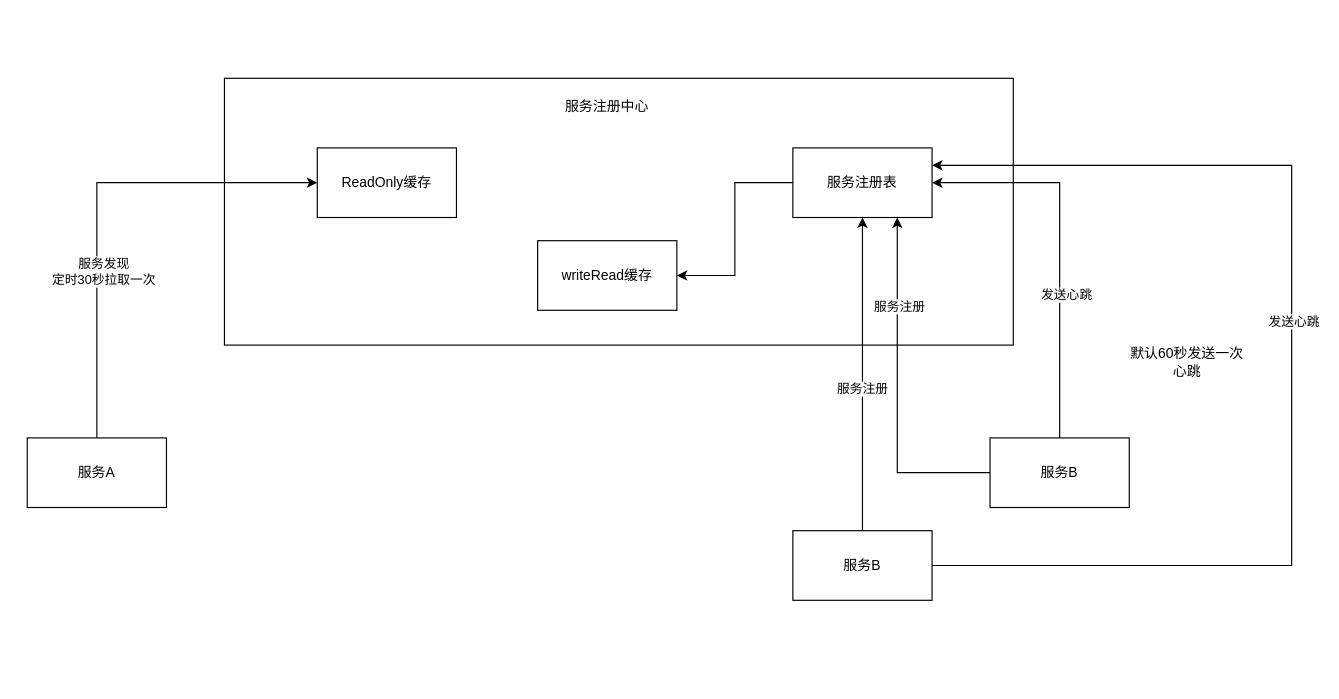
Before: eureka运行流程图.drawio in dabengxiang/diagrams, a draw.io diagram. Source tidied: cells renumbered, new cells numbered last; positions are measured from the earlier drawing's top-left corner, leaving out a move shared by most shapes. Both pictures are drawn from the tidied source at 116%, with x=0, y=0 at pixel (27, 78).
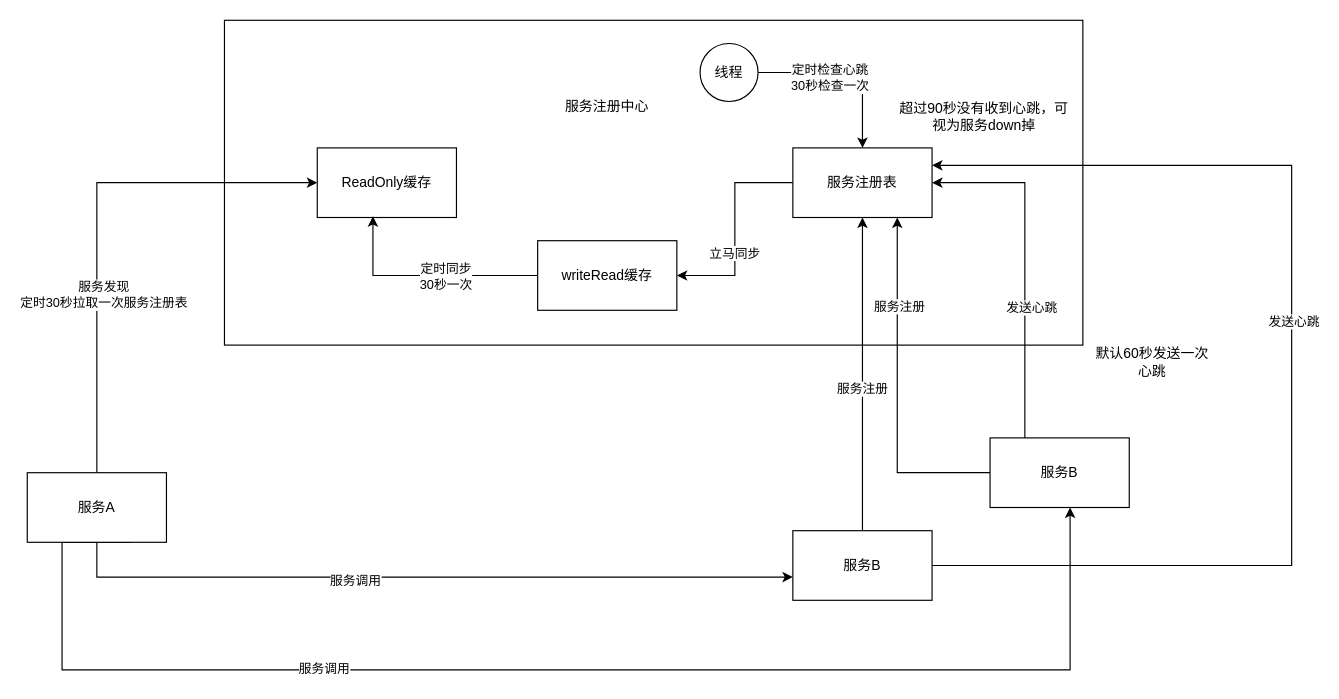
The same page after the edit.

Commit message (it also covers changes not shown here):
更新eureka运行流程图.drawio

Unchanged cells that the change refers to:
```xml
<mxCell id="3" style="edgeStyle=orthogonalEdgeStyle;rounded=0;jettySize=auto;html=1;entryX=1;entryY=0.5;entryDx=0;entryDy=0;" parent="1" edge="1" source="4" target="7">
  <mxGeometry relative="1" as="geometry" />
</mxCell>
<mxCell id="4" value="服务注册表" style="rounded=0;whiteSpace=wrap;html=1;" parent="1" vertex="1">
  <mxGeometry x="660" y="60" width="120" height="60" as="geometry" />
</mxCell>
<mxCell id="6" value="ReadOnly缓存" style="rounded=0;whiteSpace=wrap;html=1;" parent="1" vertex="1">
  <mxGeometry x="250" y="60" width="120" height="60" as="geometry" />
</mxCell>
<mxCell id="7" value="writeRead缓存" style="rounded=0;whiteSpace=wrap;html=1;" parent="1" vertex="1">
  <mxGeometry x="440" y="140" width="120" height="60" as="geometry" />
</mxCell>
<mxCell id="8" style="edgeStyle=orthogonalEdgeStyle;rounded=0;jettySize=auto;html=1;exitX=0.5;exitY=0;exitDx=0;exitDy=0;entryX=0;entryY=0.5;entryDx=0;entryDy=0;" parent="1" edge="1" source="10" target="6">
  <mxGeometry relative="1" as="geometry" />
</mxCell>
<mxCell id="15" value="服务B" style="rounded=0;whiteSpace=wrap;html=1;" parent="1" vertex="1">
  <mxGeometry x="830" y="310" width="120" height="60" as="geometry" />
</mxCell>
<mxCell id="20" value="服务B" style="rounded=0;whiteSpace=wrap;html=1;" parent="1" vertex="1">
  <mxGeometry x="660" y="390" width="120" height="60" as="geometry" />
</mxCell>
```

Diff of the diagram source:
```diff
@@
     <mxCell id="2" style="rounded=0;whiteSpace=wrap;html=1;" parent="1" vertex="1">
-      <mxGeometry x="170" width="680" height="230" as="geometry" />
+      <mxGeometry x="170" y="-50" width="740" height="280" as="geometry" />
     </mxCell>
@@
+    <mxCell id="22" value="立马同步" style="edgeLabel;html=1;align=center;verticalAlign=middle;" parent="3" vertex="1">
+      <mxGeometry x="0.22" y="-1" relative="1" as="geometry" />
+    </mxCell>
@@
+    <mxCell id="23" style="edgeStyle=orthogonalEdgeStyle;rounded=0;jettySize=auto;html=1;exitX=0;exitY=0.5;exitDx=0;exitDy=0;entryX=0.4;entryY=0.983;entryDx=0;entryDy=0;entryPerimeter=0;" parent="1" edge="1" source="7" target="6">
+      <mxGeometry relative="1" as="geometry" />
+    </mxCell>
+    <mxCell id="24" value="定时同步&lt;br&gt;30秒一次" style="edgeLabel;html=1;align=center;verticalAlign=middle;" parent="23" vertex="1">
+      <mxGeometry x="0.22" y="-1" relative="1" as="geometry">
+        <mxPoint x="38" y="1" as="offset" />
+      </mxGeometry>
+    </mxCell>
@@
-    <mxCell id="9" value="服务发现&lt;br&gt;定时30秒拉取一次" style="edgeLabel;html=1;align=center;verticalAlign=middle;" parent="8" vertex="1">
+    <mxCell id="9" value="服务发现&lt;br&gt;定时30秒拉取一次服务注册表" style="edgeLabel;html=1;align=center;verticalAlign=middle;" parent="8" vertex="1">
       <mxGeometry x="-0.3" y="-5" relative="1" as="geometry" />
     </mxCell>
+    <mxCell id="25" style="edgeStyle=orthogonalEdgeStyle;rounded=0;jettySize=auto;html=1;" parent="1" edge="1" source="10" target="20">
+      <mxGeometry relative="1" as="geometry">
+        <Array as="points">
+          <mxPoint x="60" y="430" />
+        </Array>
+      </mxGeometry>
+    </mxCell>
+    <mxCell id="26" value="服务调用" style="edgeLabel;html=1;align=center;verticalAlign=middle;" parent="25" vertex="1">
+      <mxGeometry x="-0.2" y="-2" relative="1" as="geometry" />
+    </mxCell>
+    <mxCell id="27" style="edgeStyle=orthogonalEdgeStyle;rounded=0;jettySize=auto;html=1;exitX=0.75;exitY=1;exitDx=0;exitDy=0;entryX=0.575;entryY=1;entryDx=0;entryDy=0;entryPerimeter=0;" parent="1" edge="1" source="10" target="15">
+      <mxGeometry relative="1" as="geometry">
+        <Array as="points">
+          <mxPoint x="30" y="400" />
+          <mxPoint x="30" y="510" />
+          <mxPoint x="899" y="510" />
+        </Array>
+      </mxGeometry>
+    </mxCell>
+    <mxCell id="28" value="服务调用" style="edgeLabel;html=1;align=center;verticalAlign=middle;" parent="27" vertex="1">
+      <mxGeometry x="-0.33" y="2" relative="1" as="geometry" />
+    </mxCell>
     <mxCell id="10" value="服务A" style="rounded=0;whiteSpace=wrap;html=1;" parent="1" vertex="1">
-      <mxGeometry y="310" width="120" height="60" as="geometry" />
+      <mxGeometry y="340" width="120" height="60" as="geometry" />
     </mxCell>
@@
     <mxCell id="13" style="edgeStyle=orthogonalEdgeStyle;rounded=0;jettySize=auto;html=1;entryX=1;entryY=0.5;entryDx=0;entryDy=0;" parent="1" edge="1" source="15" target="4">
       <mxGeometry relative="1" as="geometry">
         <Array as="points">
-          <mxPoint x="890" y="90" />
+          <mxPoint x="860" y="90" />
         </Array>
       </mxGeometry>
     </mxCell>
@@
     <mxCell id="21" value="默认60秒发送一次&lt;br&gt;心跳" style="text;html=1;strokeColor=none;fillColor=none;align=center;verticalAlign=middle;whiteSpace=wrap;rounded=0;" parent="1" vertex="1">
-      <mxGeometry x="940" y="220" width="120" height="50" as="geometry" />
+      <mxGeometry x="910" y="220" width="120" height="50" as="geometry" />
     </mxCell>
+    <mxCell id="29" style="edgeStyle=orthogonalEdgeStyle;rounded=0;jettySize=auto;html=1;" parent="1" edge="1" source="31" target="4">
+      <mxGeometry relative="1" as="geometry" />
+    </mxCell>
+    <mxCell id="30" value="定时检查心跳&lt;br&gt;30秒检查一次" style="edgeLabel;html=1;align=center;verticalAlign=middle;" parent="29" vertex="1">
+      <mxGeometry x="-0.21" y="-4" relative="1" as="geometry" />
+    </mxCell>
+    <mxCell id="31" value="线程" style="ellipse;whiteSpace=wrap;html=1;" parent="1" vertex="1">
+      <mxGeometry x="580" y="-30" width="50" height="50" as="geometry" />
+    </mxCell>
+    <mxCell id="32" value="超过90秒没有收到心跳，可视为服务down掉" style="text;html=1;strokeColor=none;fillColor=none;align=center;verticalAlign=middle;whiteSpace=wrap;rounded=0;" parent="1" vertex="1">
+      <mxGeometry x="750" y="10" width="150" height="45" as="geometry" />
+    </mxCell>
```
